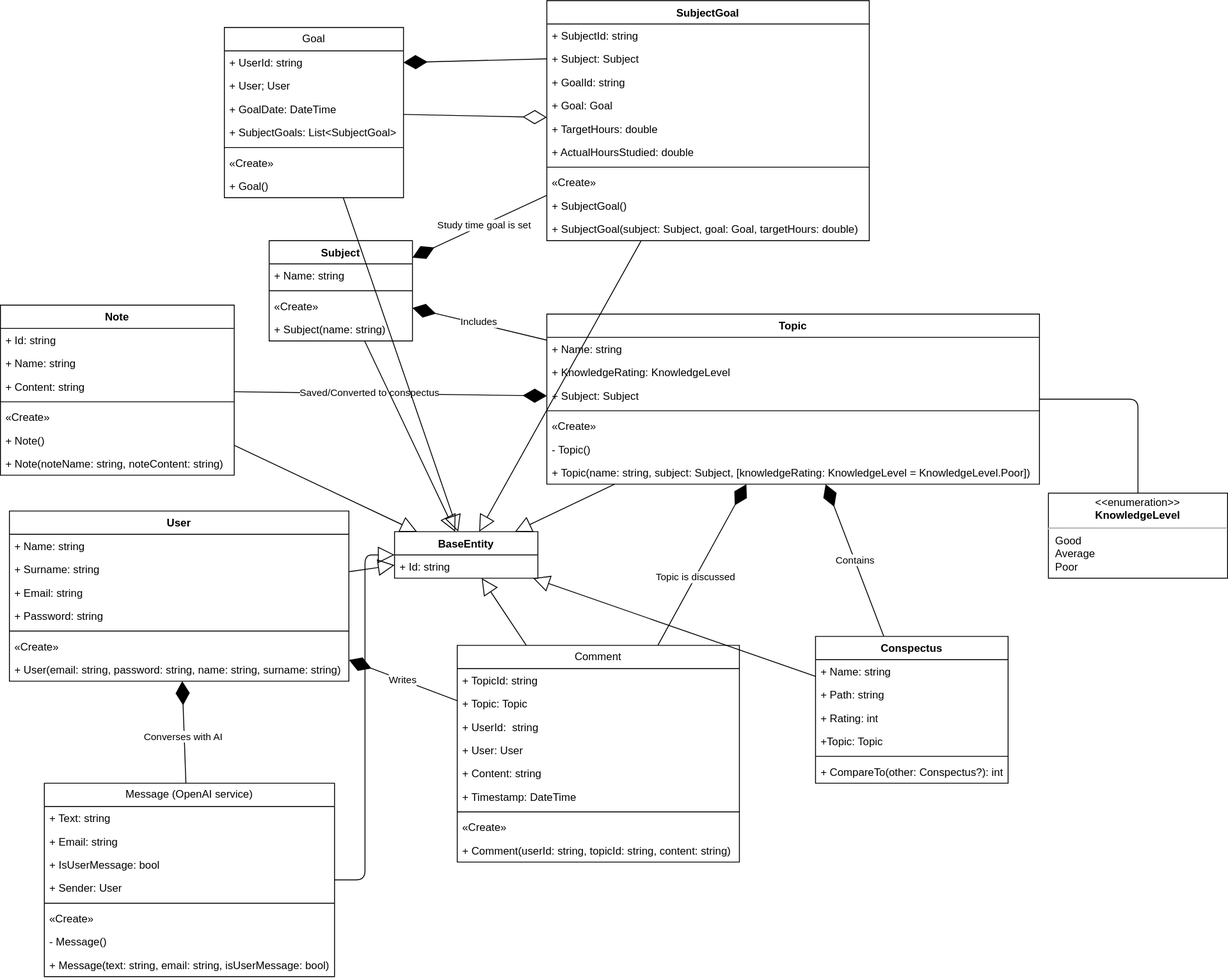
Before: lab2diags/LogicalView/main.drawio.svg, a diagram exported from draw.io (piatrashkakanstantinass/psi2). Source tidied: cells renumbered, new cells last; positions are measured from the earlier drawing's top-left corner, leaving out a move shared by most shapes.
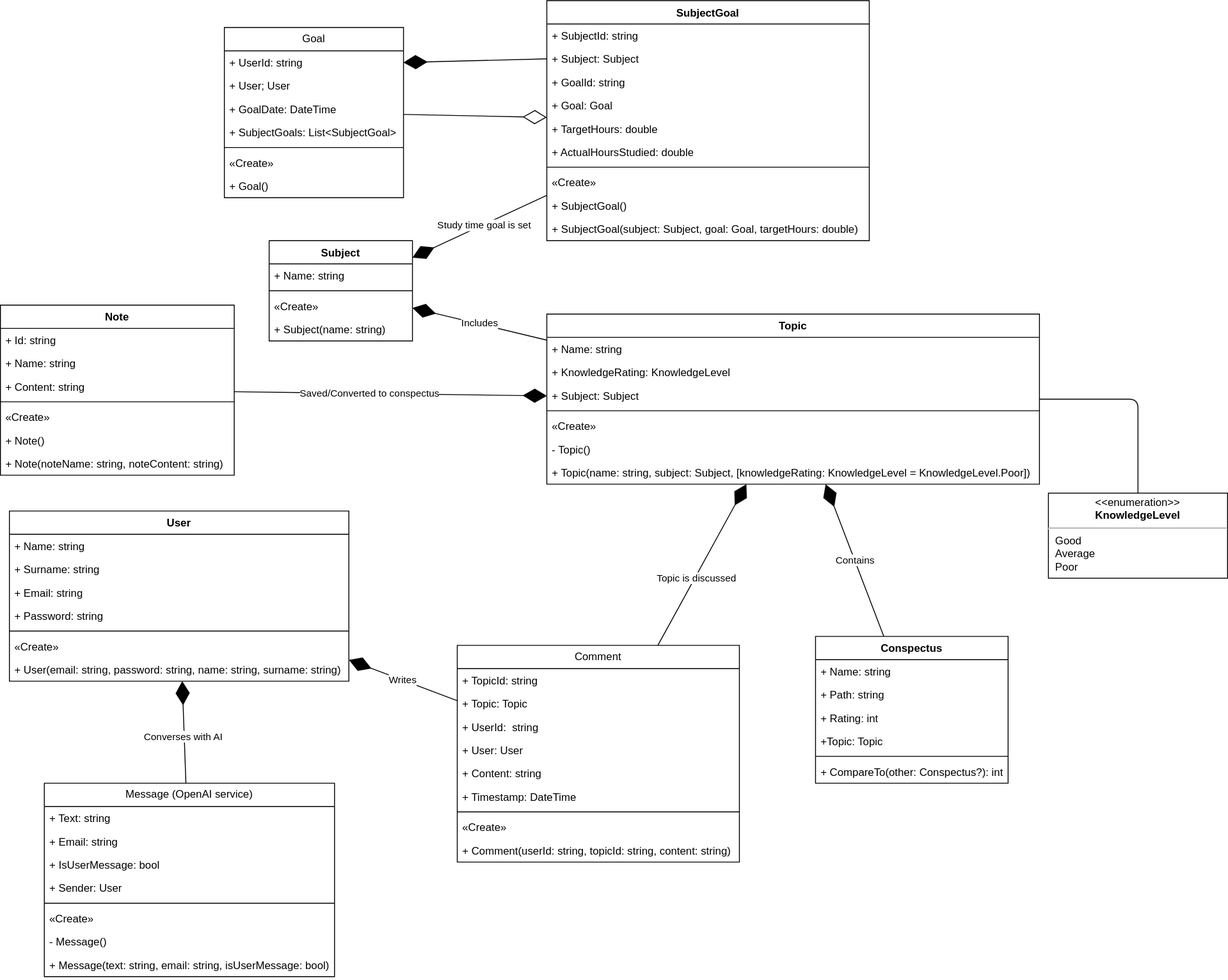
After the commit.

Commit message:
remove base entity

What changed in the source:
```diff
@@ -272,39 +272,6 @@
     <mxCell id="91" value="Converses with AI" style="edgeLabel;html=1;align=center;verticalAlign=middle;" parent="90" vertex="1">
       <mxGeometry x="-0.08" y="2" relative="1" as="geometry" />
     </mxCell>
-    <mxCell id="92" value="BaseEntity" style="swimlane;fontStyle=1;align=center;verticalAlign=top;horizontal=1;startSize=26;labelBackgroundColor=none;fillStyle=solid;fillColor=default;gradientColor=none;swimlaneFillColor=default;" parent="1" vertex="1">
-      <mxGeometry x="440" y="593" width="160" height="52" as="geometry" />
-    </mxCell>
-    <mxCell id="93" value="+ Id: string" style="text;strokeColor=none;fillColor=none;align=left;verticalAlign=top;spacingLeft=4;spacingRight=4;overflow=hidden;labelBackgroundColor=none;fillStyle=solid;" parent="92" vertex="1">
-      <mxGeometry y="26" width="160" height="26" as="geometry" />
-    </mxCell>
-    <mxCell id="94" style="endArrow=block;endSize=16;endFill=0;html=1;" parent="1" edge="1" source="2" target="92">
-      <mxGeometry relative="1" as="geometry" />
-    </mxCell>
-    <mxCell id="95" style="endArrow=block;endSize=16;endFill=0;html=1;" parent="1" edge="1" source="45" target="92">
-      <mxGeometry relative="1" as="geometry" />
-    </mxCell>
-    <mxCell id="96" style="endArrow=block;endSize=16;endFill=0;html=1;" parent="1" edge="1" source="37" target="92">
-      <mxGeometry relative="1" as="geometry" />
-    </mxCell>
-    <mxCell id="97" style="endArrow=block;endSize=16;endFill=0;html=1;" parent="1" edge="1" source="69" target="92">
-      <mxGeometry relative="1" as="geometry" />
-    </mxCell>
-    <mxCell id="98" style="endArrow=block;endSize=16;endFill=0;html=1;edgeStyle=elbowEdgeStyle;" parent="1" edge="1" source="27" target="92">
-      <mxGeometry relative="1" as="geometry" />
-    </mxCell>
-    <mxCell id="99" style="endArrow=block;endSize=16;endFill=0;html=1;" parent="1" edge="1" source="61" target="92">
-      <mxGeometry relative="1" as="geometry" />
-    </mxCell>
-    <mxCell id="100" style="endArrow=block;endSize=16;endFill=0;html=1;" parent="1" edge="1" source="19" target="92">
-      <mxGeometry relative="1" as="geometry" />
-    </mxCell>
-    <mxCell id="101" style="endArrow=block;endSize=16;endFill=0;html=1;" parent="1" edge="1" source="50" target="92">
-      <mxGeometry relative="1" as="geometry" />
-    </mxCell>
-    <mxCell id="102" style="endArrow=block;endSize=16;endFill=0;html=1;" parent="1" edge="1" source="12" target="92">
-      <mxGeometry relative="1" as="geometry" />
-    </mxCell>
     <mxCell id="103" style="endArrow=diamondThin;endFill=1;endSize=24;html=1;exitX=0;exitY=0.5;exitDx=0;exitDy=0;entryX=1;entryY=0.5;entryDx=0;entryDy=0;" parent="1" edge="1" source="52" target="20">
       <mxGeometry relative="1" as="geometry" />
     </mxCell>
```
